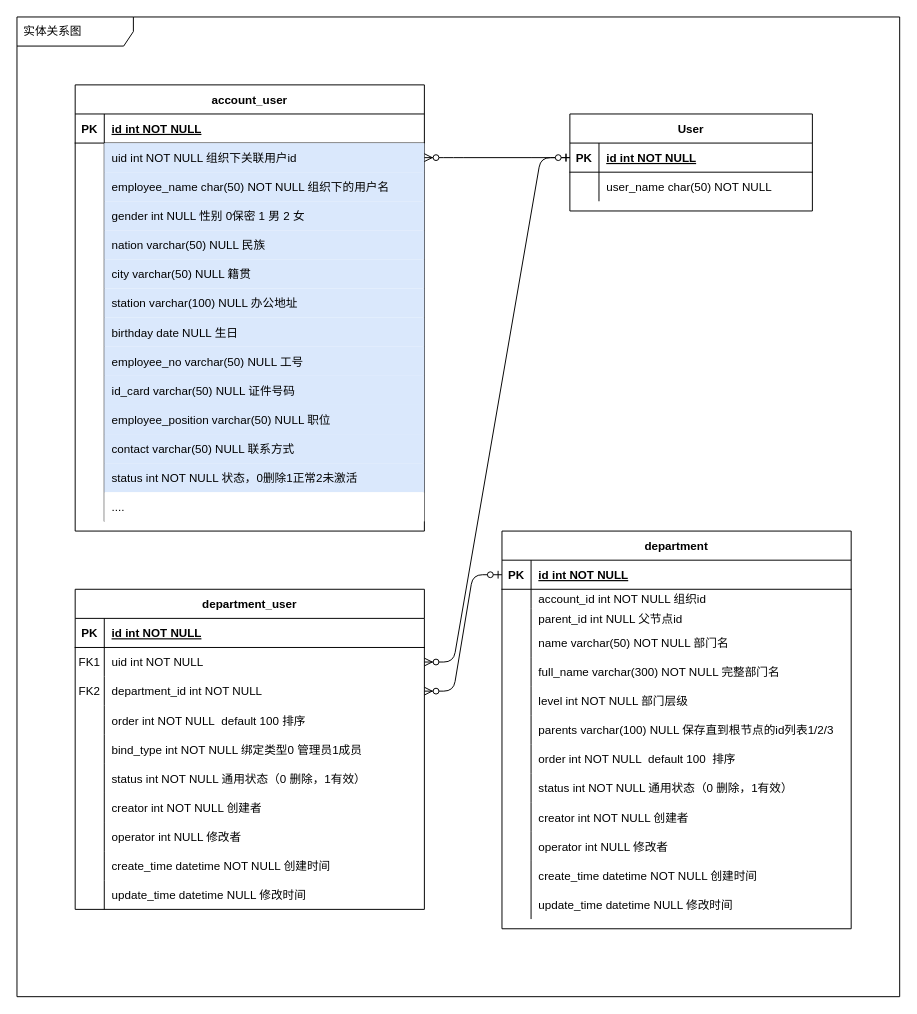
Above: page "部门成员" (1 of 2) of 部门和成员.drawio in MainListActivity/test (draw.io), before the change. Source tidied: cells renumbered, new cells numbered last; positions are measured from the earlier drawing's top-left corner, leaving out a move shared by most shapes. Both pictures are drawn from the tidied source at 97%, with x=0, y=0 at pixel (16, 16).
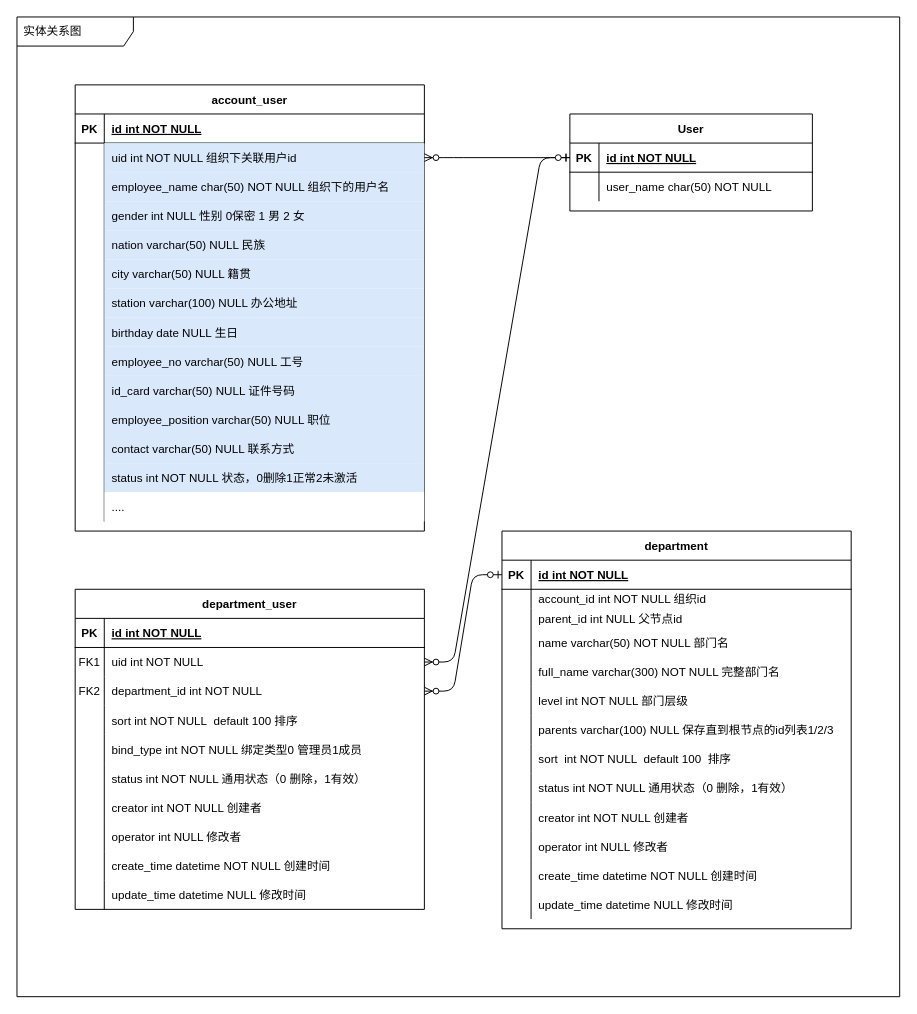
The same page after the edit.

Commit message:
更新部门和成员.drawio

Unchanged cells that the change refers to:
```xml
<mxCell id="14" style="shape=partialRectangle;fillColor=none;top=0;left=0;right=0;bottom=0;" parent="4" vertex="1">
  <mxGeometry y="120" width="360" height="30" as="geometry" />
</mxCell>
<mxCell id="57" style="shape=partialRectangle;fillColor=none;top=0;left=0;right=0;bottom=0;" parent="35" vertex="1">
  <mxGeometry y="220" width="360" height="30" as="geometry" />
</mxCell>
```

What changed in the source:
```diff
@@
-    <mxCell id="16" value="order int NOT NULL  default 100 排序" style="shape=partialRectangle;overflow=hidden;fillColor=none;top=0;left=0;bottom=0;right=0;align=left;spacingLeft=6;" parent="14" vertex="1">
+    <mxCell id="16" value="sort int NOT NULL  default 100 排序" style="shape=partialRectangle;overflow=hidden;fillColor=none;top=0;left=0;bottom=0;right=0;align=left;spacingLeft=6;" parent="14" vertex="1">
       <mxGeometry x="30" width="330" height="30" as="geometry" />
     </mxCell>
@@
-    <mxCell id="59" value="order int NOT NULL  default 100  排序" style="shape=partialRectangle;overflow=hidden;fillColor=none;top=0;left=0;bottom=0;right=0;align=left;spacingLeft=6;" parent="57" vertex="1">
+    <mxCell id="59" value="sort  int NOT NULL  default 100  排序" style="shape=partialRectangle;overflow=hidden;fillColor=none;top=0;left=0;bottom=0;right=0;align=left;spacingLeft=6;" parent="57" vertex="1">
       <mxGeometry x="30" width="330" height="30" as="geometry" />
     </mxCell>
```
